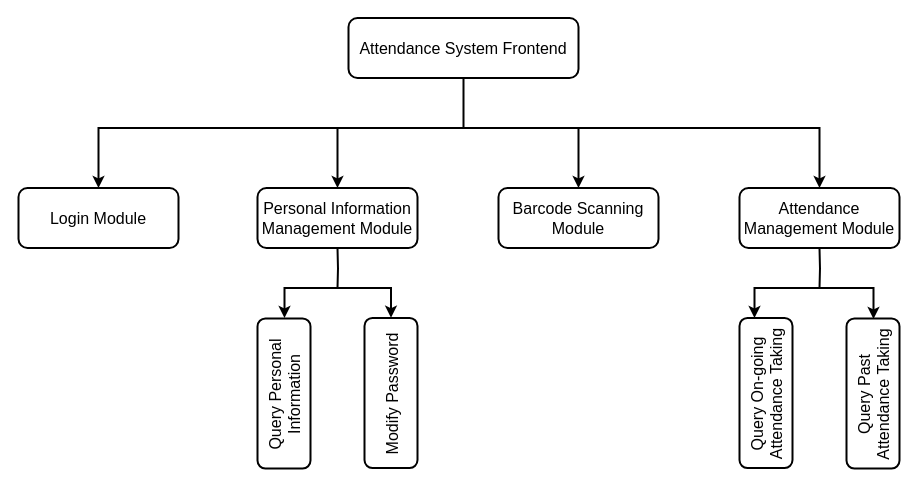
This is page "Page-2" (2 of 4) of attendance modules.drawio from fchen-group/attendance-system, a draw.io file, before an edit. Source tidied: cells renumbered, new cells numbered last; positions are measured from the earlier drawing's top-left corner, leaving out a move shared by most shapes. Both pictures are drawn from the tidied source at 100%, with x=0, y=0 at pixel (18, 18).
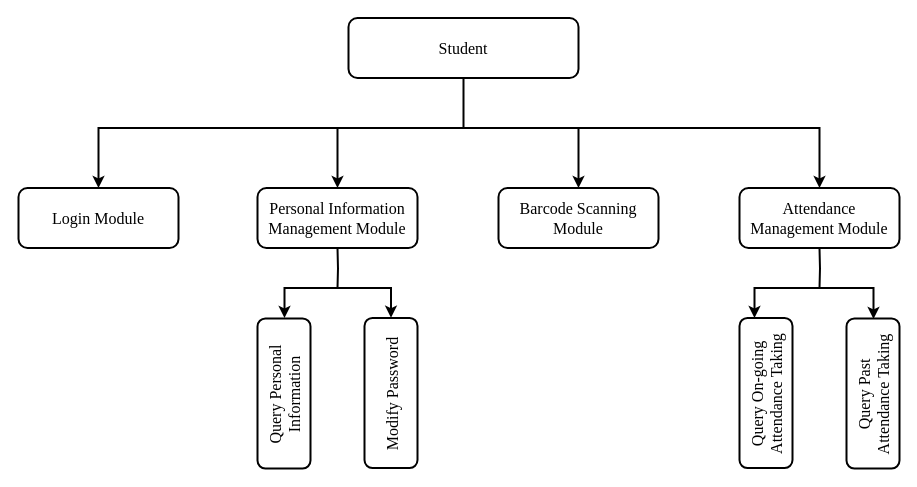
The same diagram, later.

What changed in the source:
```diff
@@
-    <mxCell id="2" style="group;strokeWidth=2;" parent="1" vertex="1">
+    <mxCell id="2" style="group;strokeWidth=2;fontFamily=Times New Roman;fontSize=16;" parent="1" vertex="1">
       <mxGeometry y="-0.5" width="881" height="450.5" as="geometry" />
     </mxCell>
-    <mxCell id="3" style="edgeStyle=orthogonalEdgeStyle;rounded=0;jettySize=auto;html=1;startArrow=none;startFill=0;endArrow=none;endFill=0;fontSize=16;strokeWidth=2;" parent="2" edge="1" source="4">
+    <mxCell id="3" style="edgeStyle=orthogonalEdgeStyle;rounded=0;jettySize=auto;html=1;startArrow=none;startFill=0;endArrow=none;endFill=0;fontSize=16;strokeWidth=2;fontFamily=Times New Roman;" parent="2" edge="1" source="4">
       <mxGeometry relative="1" as="geometry">
         <mxPoint x="445" y="110" as="targetPoint" />
       </mxGeometry>
     </mxCell>
-    <mxCell id="4" value="Attendance System Frontend" style="rounded=1;whiteSpace=wrap;html=1;fontSize=16;strokeWidth=2;" parent="2" vertex="1">
+    <mxCell id="4" value="Student" style="rounded=1;whiteSpace=wrap;html=1;fontSize=16;strokeWidth=2;fontFamily=Times New Roman;" parent="2" vertex="1">
       <mxGeometry x="330" width="230" height="60" as="geometry" />
     </mxCell>
-    <mxCell id="5" value="Login Module" style="rounded=1;whiteSpace=wrap;html=1;fontSize=16;strokeWidth=2;" parent="2" vertex="1">
+    <mxCell id="5" value="Login Module" style="rounded=1;whiteSpace=wrap;html=1;fontSize=16;strokeWidth=2;fontFamily=Times New Roman;" parent="2" vertex="1">
       <mxGeometry y="170" width="160" height="60" as="geometry" />
     </mxCell>
-    <mxCell id="6" value="Personal Information Management Module" style="rounded=1;whiteSpace=wrap;html=1;fontSize=16;strokeWidth=2;" parent="2" vertex="1">
+    <mxCell id="6" value="Personal Information Management Module" style="rounded=1;whiteSpace=wrap;html=1;fontSize=16;strokeWidth=2;fontFamily=Times New Roman;" parent="2" vertex="1">
       <mxGeometry x="239" y="170" width="160" height="60" as="geometry" />
     </mxCell>
-    <mxCell id="7" value="Barcode Scanning Module" style="rounded=1;whiteSpace=wrap;html=1;fontSize=16;strokeWidth=2;" parent="2" vertex="1">
+    <mxCell id="7" value="Barcode Scanning Module" style="rounded=1;whiteSpace=wrap;html=1;fontSize=16;strokeWidth=2;fontFamily=Times New Roman;" parent="2" vertex="1">
       <mxGeometry x="480" y="170" width="160" height="60" as="geometry" />
     </mxCell>
-    <mxCell id="8" style="edgeStyle=orthogonalEdgeStyle;rounded=0;jettySize=auto;html=1;exitX=0.5;exitY=0;exitDx=0;exitDy=0;startArrow=classic;startFill=1;endArrow=classic;endFill=1;fontSize=16;entryX=0.5;entryY=0;entryDx=0;entryDy=0;strokeWidth=2;" parent="2" edge="1" source="6" target="7">
+    <mxCell id="8" style="edgeStyle=orthogonalEdgeStyle;rounded=0;jettySize=auto;html=1;exitX=0.5;exitY=0;exitDx=0;exitDy=0;startArrow=classic;startFill=1;endArrow=classic;endFill=1;fontSize=16;entryX=0.5;entryY=0;entryDx=0;entryDy=0;strokeWidth=2;fontFamily=Times New Roman;" parent="2" edge="1" source="6" target="7">
       <mxGeometry relative="1" as="geometry">
         <Array as="points">
           <mxPoint x="319" y="110" />
           <mxPoint x="560" y="110" />
         </Array>
       </mxGeometry>
     </mxCell>
-    <mxCell id="9" value="Attendance Management Module" style="rounded=1;whiteSpace=wrap;html=1;fontSize=16;strokeWidth=2;" parent="2" vertex="1">
+    <mxCell id="9" value="Attendance Management Module" style="rounded=1;whiteSpace=wrap;html=1;fontSize=16;strokeWidth=2;fontFamily=Times New Roman;" parent="2" vertex="1">
       <mxGeometry x="721" y="170" width="160" height="60" as="geometry" />
     </mxCell>
-    <mxCell id="10" style="edgeStyle=orthogonalEdgeStyle;rounded=0;jettySize=auto;html=1;fontSize=16;exitX=0.5;exitY=0;exitDx=0;exitDy=0;endArrow=classic;endFill=1;startArrow=classic;startFill=1;strokeWidth=2;" parent="2" edge="1" source="9" target="5">
+    <mxCell id="10" style="edgeStyle=orthogonalEdgeStyle;rounded=0;jettySize=auto;html=1;fontSize=16;exitX=0.5;exitY=0;exitDx=0;exitDy=0;endArrow=classic;endFill=1;startArrow=classic;startFill=1;strokeWidth=2;fontFamily=Times New Roman;" parent="2" edge="1" source="9" target="5">
       <mxGeometry relative="1" as="geometry">
         <Array as="points">
           <mxPoint x="801" y="110" />
           <mxPoint x="80" y="110" />
         </Array>
       </mxGeometry>
     </mxCell>
-    <mxCell id="11" style="edgeStyle=orthogonalEdgeStyle;rounded=0;orthogonalLoop=1;jettySize=auto;html=1;exitX=0.5;exitY=1;exitDx=0;exitDy=0;startArrow=none;startFill=0;endArrow=none;endFill=0;fontSize=16;strokeWidth=2;" parent="2" edge="1">
+    <mxCell id="11" style="edgeStyle=orthogonalEdgeStyle;rounded=0;orthogonalLoop=1;jettySize=auto;html=1;exitX=0.5;exitY=1;exitDx=0;exitDy=0;startArrow=none;startFill=0;endArrow=none;endFill=0;fontSize=16;strokeWidth=2;fontFamily=Times New Roman;" parent="2" edge="1">
       <mxGeometry relative="1" as="geometry">
         <mxPoint x="319" y="230" as="sourcePoint" />
         <mxPoint x="319" y="270" as="targetPoint" />
       </mxGeometry>
     </mxCell>
-    <mxCell id="12" value="Modify Password" style="rounded=1;direction=south;horizontal=0;fontSize=16;strokeWidth=2;" parent="2" vertex="1">
+    <mxCell id="12" value="Modify Password" style="rounded=1;direction=south;horizontal=0;fontSize=16;strokeWidth=2;fontFamily=Times New Roman;" parent="2" vertex="1">
       <mxGeometry x="346" y="300" width="53" height="150" as="geometry" />
     </mxCell>
-    <mxCell id="13" style="edgeStyle=orthogonalEdgeStyle;elbow=vertical;rounded=0;fontSize=16;exitX=0;exitY=0.5;exitDx=0;exitDy=0;startArrow=classic;startFill=1;strokeWidth=2;" parent="2" edge="1">
+    <mxCell id="13" style="edgeStyle=orthogonalEdgeStyle;elbow=vertical;rounded=0;fontSize=16;exitX=0;exitY=0.5;exitDx=0;exitDy=0;startArrow=classic;startFill=1;strokeWidth=2;fontFamily=Times New Roman;" parent="2" edge="1">
       <mxGeometry relative="1" as="geometry">
         <mxPoint x="372.5" y="299.7" as="sourcePoint" />
         <mxPoint x="266" y="300" as="targetPoint" />
         <Array as="points">
           <mxPoint x="373" y="270" />
           <mxPoint x="266" y="270" />
         </Array>
       </mxGeometry>
     </mxCell>
-    <mxCell id="14" style="edgeStyle=orthogonalEdgeStyle;rounded=0;orthogonalLoop=1;jettySize=auto;html=1;exitX=0.5;exitY=1;exitDx=0;exitDy=0;startArrow=none;startFill=0;endArrow=none;endFill=0;fontSize=16;strokeWidth=2;" parent="2" edge="1">
+    <mxCell id="14" style="edgeStyle=orthogonalEdgeStyle;rounded=0;orthogonalLoop=1;jettySize=auto;html=1;exitX=0.5;exitY=1;exitDx=0;exitDy=0;startArrow=none;startFill=0;endArrow=none;endFill=0;fontSize=16;strokeWidth=2;fontFamily=Times New Roman;" parent="2" edge="1">
       <mxGeometry relative="1" as="geometry">
         <mxPoint x="801" y="230" as="sourcePoint" />
         <mxPoint x="801" y="270" as="targetPoint" />
       </mxGeometry>
     </mxCell>
-    <mxCell id="15" style="edgeStyle=orthogonalEdgeStyle;elbow=vertical;rounded=0;fontSize=16;exitX=0;exitY=0.5;exitDx=0;exitDy=0;startArrow=classic;startFill=1;strokeWidth=2;" parent="2" edge="1">
+    <mxCell id="15" style="edgeStyle=orthogonalEdgeStyle;elbow=vertical;rounded=0;fontSize=16;exitX=0;exitY=0.5;exitDx=0;exitDy=0;startArrow=classic;startFill=1;strokeWidth=2;fontFamily=Times New Roman;" parent="2" edge="1">
       <mxGeometry relative="1" as="geometry">
         <mxPoint x="855" y="301" as="sourcePoint" />
         <mxPoint x="736" y="300" as="targetPoint" />
         <Array as="points">
           <mxPoint x="855" y="270" />
           <mxPoint x="736" y="270" />
         </Array>
       </mxGeometry>
     </mxCell>
-    <mxCell id="16" value="Query Personal&#10;Information" style="rounded=1;direction=south;horizontal=0;fontSize=16;strokeWidth=2;" parent="2" vertex="1">
+    <mxCell id="16" value="Query Personal&#10;Information" style="rounded=1;direction=south;horizontal=0;fontSize=16;strokeWidth=2;fontFamily=Times New Roman;" parent="2" vertex="1">
       <mxGeometry x="239" y="300.5" width="53" height="150" as="geometry" />
     </mxCell>
-    <mxCell id="17" value="Query On-going&#10;Attendance Taking" style="rounded=1;direction=south;horizontal=0;fontSize=16;strokeWidth=2;" parent="2" vertex="1">
+    <mxCell id="17" value="Query On-going&#10;Attendance Taking" style="rounded=1;direction=south;horizontal=0;fontSize=16;strokeWidth=2;fontFamily=Times New Roman;" parent="2" vertex="1">
       <mxGeometry x="721" y="300" width="53" height="150" as="geometry" />
     </mxCell>
-    <mxCell id="18" value="Query Past&#10;Attendance Taking" style="rounded=1;direction=south;horizontal=0;fontSize=16;strokeWidth=2;" parent="2" vertex="1">
+    <mxCell id="18" value="Query Past&#10;Attendance Taking" style="rounded=1;direction=south;horizontal=0;fontSize=16;strokeWidth=2;fontFamily=Times New Roman;" parent="2" vertex="1">
       <mxGeometry x="828" y="300.5" width="53" height="150" as="geometry" />
     </mxCell>
```
